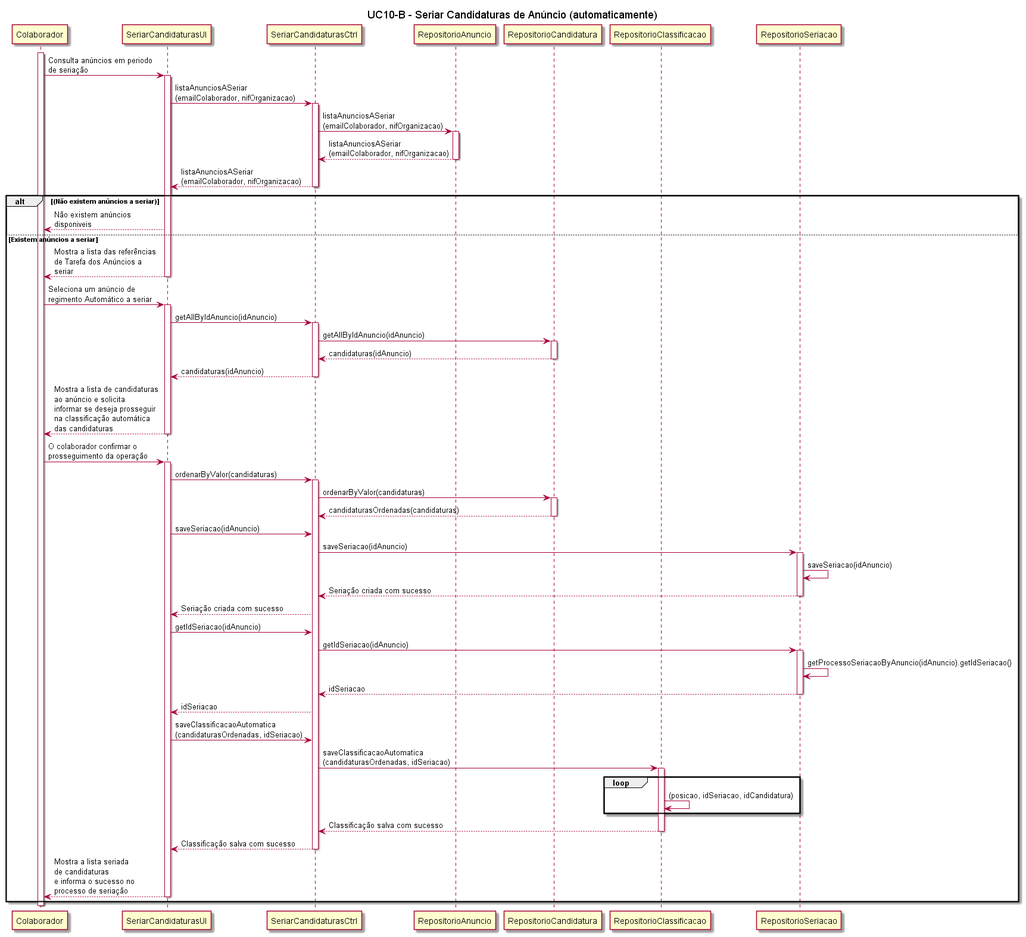
Before: Documentação/Sprint 3/UC10_B_Seriar_Candidaturas_(automaticamente)/UC10_B_Seriar_Candidaturas_(automaticamente)_Diagrama_Sequencia.png, a diagram exported from PlantUML (blestonbandeiraUPSKILL/upskill_java1_labprg_grupo2).
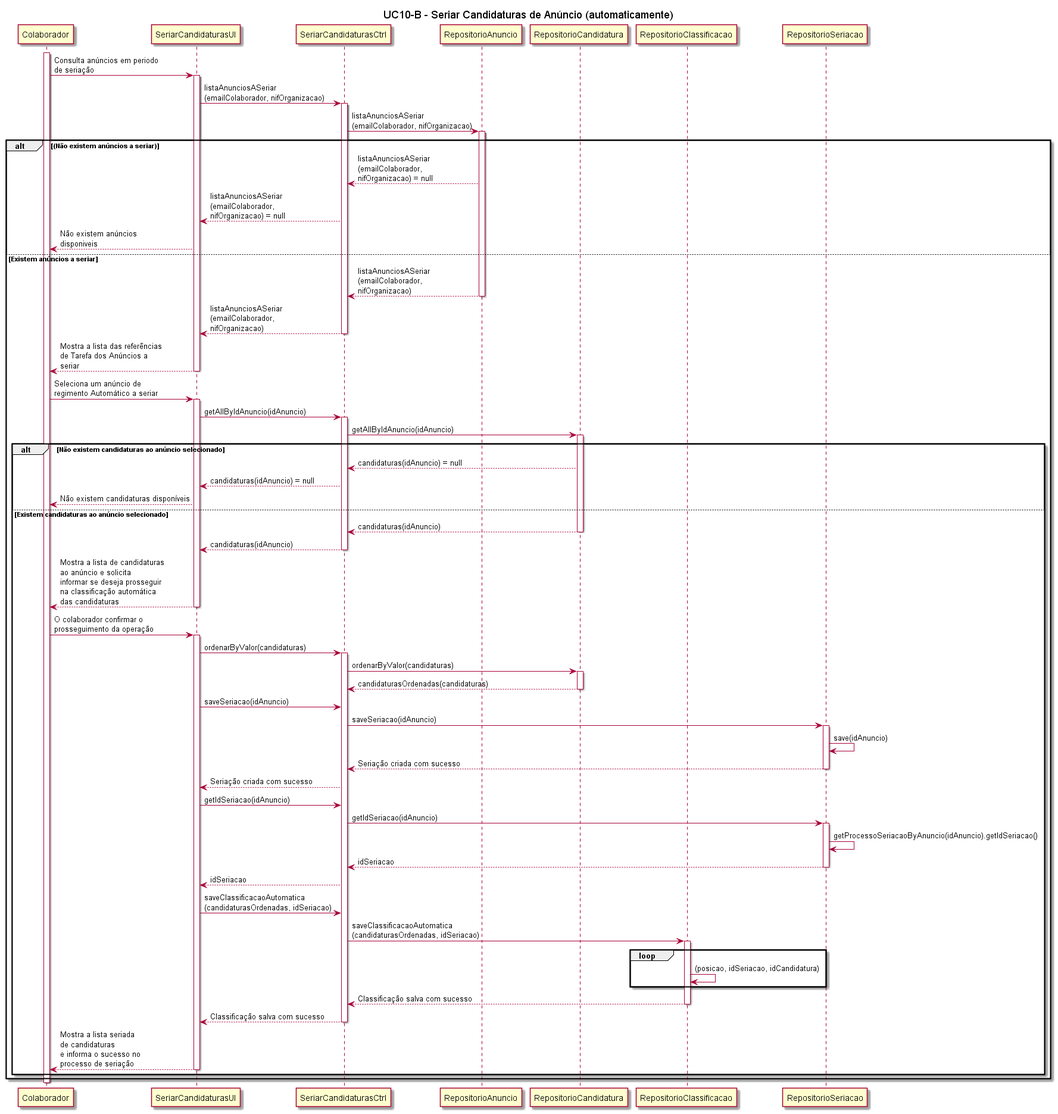
The same file after the commit.

Change to the diagram source:
```diff
@@ -18,14 +18,17 @@
 activate SeriarCandidaturasCtrl
 SeriarCandidaturasCtrl -> RepositorioAnuncio: listaAnunciosASeriar\n(emailColaborador, nifOrganizacao)
 activate RepositorioAnuncio
-RepositorioAnuncio --> SeriarCandidaturasCtrl: listaAnunciosASeriar\n(emailColaborador, nifOrganizacao)
-deactivate RepositorioAnuncio
-SeriarCandidaturasCtrl --> SeriarCandidaturasUI: listaAnunciosASeriar\n(emailColaborador, nifOrganizacao)
-deactivate SeriarCandidaturasCtrl
+
 alt (Não existem anúncios a seriar)
+RepositorioAnuncio --> SeriarCandidaturasCtrl: listaAnunciosASeriar\n(emailColaborador, \nnifOrganizacao) = null
+SeriarCandidaturasCtrl --> SeriarCandidaturasUI: listaAnunciosASeriar\n(emailColaborador, \nnifOrganizacao) = null
 SeriarCandidaturasUI --> Colaborador: Não existem anúncios \ndisponiveis
 
 else Existem anúncios a seriar
+RepositorioAnuncio --> SeriarCandidaturasCtrl: listaAnunciosASeriar\n(emailColaborador, \nnifOrganizacao)
+deactivate RepositorioAnuncio
+SeriarCandidaturasCtrl --> SeriarCandidaturasUI: listaAnunciosASeriar\n(emailColaborador, \nnifOrganizacao)
+deactivate SeriarCandidaturasCtrl
 SeriarCandidaturasUI --> Colaborador: Mostra a lista das referências \nde Tarefa dos Anúncios a \nseriar
 deactivate SeriarCandidaturasUI
 
@@ -36,6 +39,13 @@
 activate SeriarCandidaturasCtrl
 SeriarCandidaturasCtrl -> RepositorioCandidatura: getAllByIdAnuncio(idAnuncio)
 activate RepositorioCandidatura
+
+alt  Não existem candidaturas ao anúncio selecionado
+RepositorioCandidatura --> SeriarCandidaturasCtrl: candidaturas(idAnuncio) = null
+SeriarCandidaturasCtrl --> SeriarCandidaturasUI: candidaturas(idAnuncio) = null
+SeriarCandidaturasUI --> Colaborador: Não existem candidaturas disponíveis
+
+else Existem candidaturas ao anúncio selecionado
 RepositorioCandidatura --> SeriarCandidaturasCtrl: candidaturas(idAnuncio)
 deactivate RepositorioCandidatura
 SeriarCandidaturasCtrl --> SeriarCandidaturasUI: candidaturas(idAnuncio)
@@ -54,7 +64,7 @@
 SeriarCandidaturasUI -> SeriarCandidaturasCtrl: saveSeriacao(idAnuncio)
 SeriarCandidaturasCtrl -> RepositorioSeriacao : saveSeriacao(idAnuncio)
 activate RepositorioSeriacao
-RepositorioSeriacao -> RepositorioSeriacao: saveSeriacao(idAnuncio)
+RepositorioSeriacao -> RepositorioSeriacao: save(idAnuncio)
 RepositorioSeriacao --> SeriarCandidaturasCtrl: Seriação criada com sucesso
 deactivate RepositorioSeriacao
 SeriarCandidaturasCtrl --> SeriarCandidaturasUI: Seriação criada com sucesso
@@ -78,5 +88,6 @@
 SeriarCandidaturasUI --> Colaborador: Mostra a lista seriada \nde candidaturas \ne informa o sucesso no \nprocesso de seriação
 deactivate SeriarCandidaturasUI
 end alt
+end alt
 deactivate Colaborador
 @enduml
```
